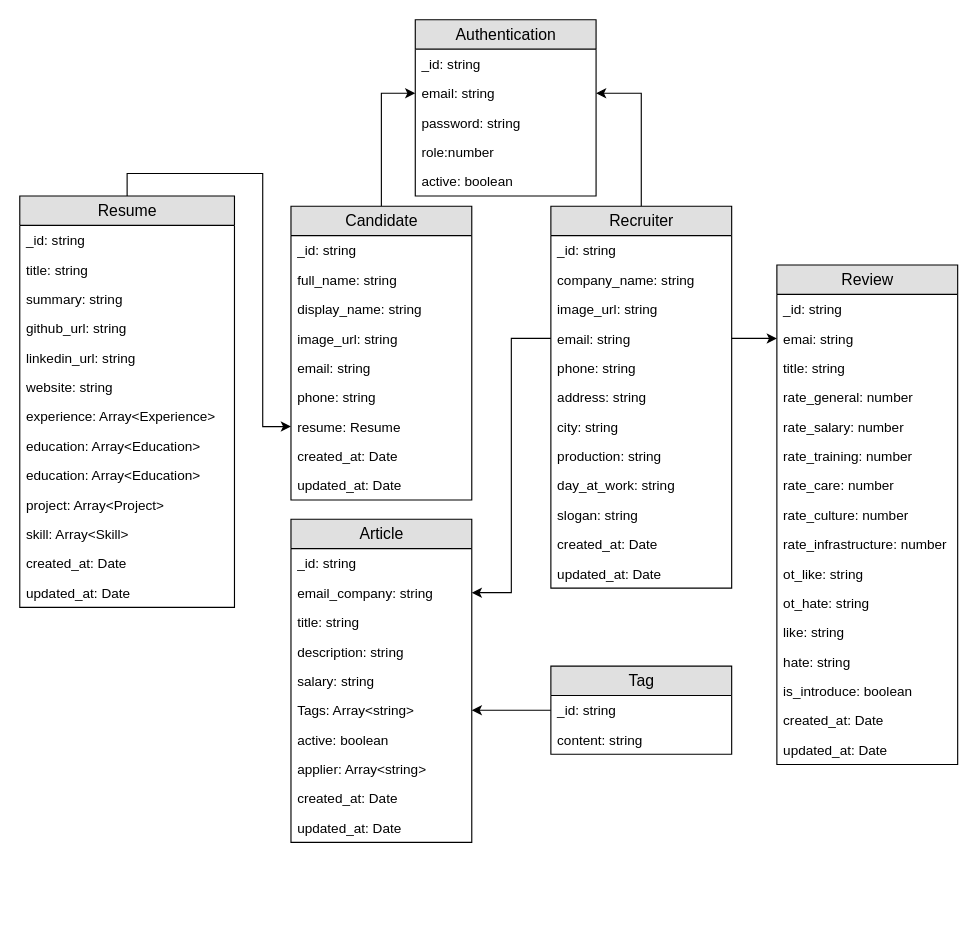
Earlier version of the draw.io diagram page "ERD Diagram" (2 of 6) of Use case Diagram.drawio (vietdqhcmute/DATN). Source tidied: cells renumbered, new cells numbered last; positions are measured from the earlier drawing's top-left corner, leaving out a move shared by most shapes. Both pictures are drawn from the tidied source at 113%, with x=0, y=0 at pixel (19, 19).
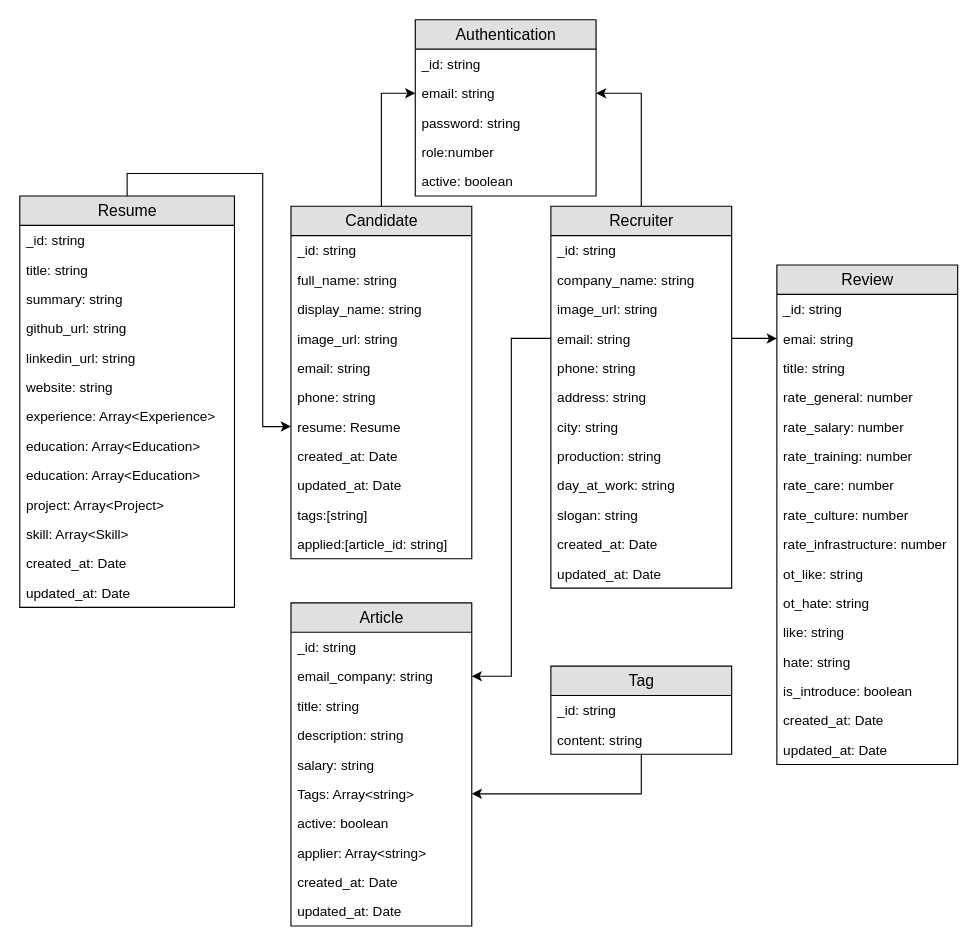
The same page after the edit.

Diff of the diagram source:
```diff
@@
     <mxCell id="3" value="Candidate" style="swimlane;fontStyle=0;horizontal=1;startSize=26;fillColor=#e0e0e0;swimlaneFillColor=#ffffff;align=center;fontSize=14;html=1;" parent="1" vertex="1">
-      <mxGeometry x="240" y="165" width="160" height="260" as="geometry" />
+      <mxGeometry x="240" y="165" width="160" height="312" as="geometry" />
     </mxCell>
@@
+    <mxCell id="82" value="tags:[string]" style="text;strokeColor=none;fillColor=none;spacingLeft=4;spacingRight=4;overflow=hidden;fontSize=12;" parent="3" vertex="1">
+      <mxGeometry y="260" width="160" height="26" as="geometry" />
+    </mxCell>
+    <mxCell id="83" value="applied:[article_id: string]" style="text;strokeColor=none;fillColor=none;spacingLeft=4;spacingRight=4;overflow=hidden;fontSize=12;" parent="3" vertex="1">
+      <mxGeometry y="286" width="160" height="26" as="geometry" />
+    </mxCell>
@@
     <mxCell id="42" value="Article" style="swimlane;fontStyle=0;horizontal=1;startSize=26;fillColor=#e0e0e0;swimlaneFillColor=#ffffff;align=center;fontSize=14;html=1;" parent="1" vertex="1">
-      <mxGeometry x="240" y="442" width="160" height="286" as="geometry" />
+      <mxGeometry x="240" y="516" width="160" height="286" as="geometry" />
     </mxCell>
```
